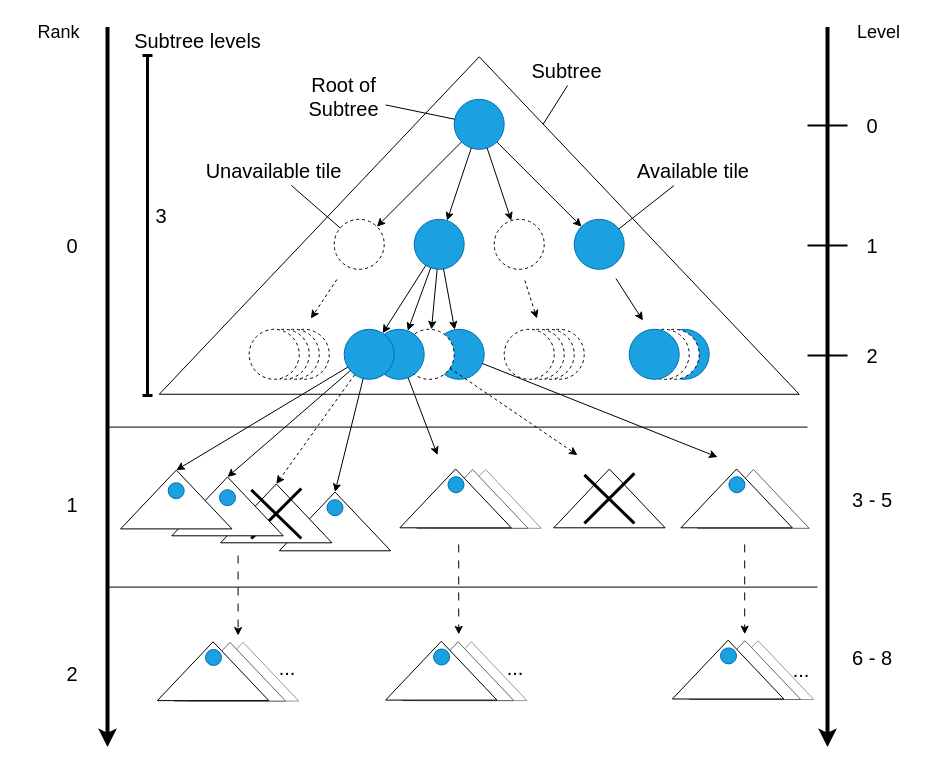
Earlier version of the draw.io diagram tb_fr_latex/assets/figures/Subtree_hierarchy.drawio (IEscher/incubator-baremaps-TB-ian). Source tidied: cells renumbered, new cells numbered last; positions are measured from the earlier drawing's top-left corner, leaving out a move shared by most shapes. Both pictures are drawn from the tidied source at 100%, with x=0, y=0 at pixel (17, -95).
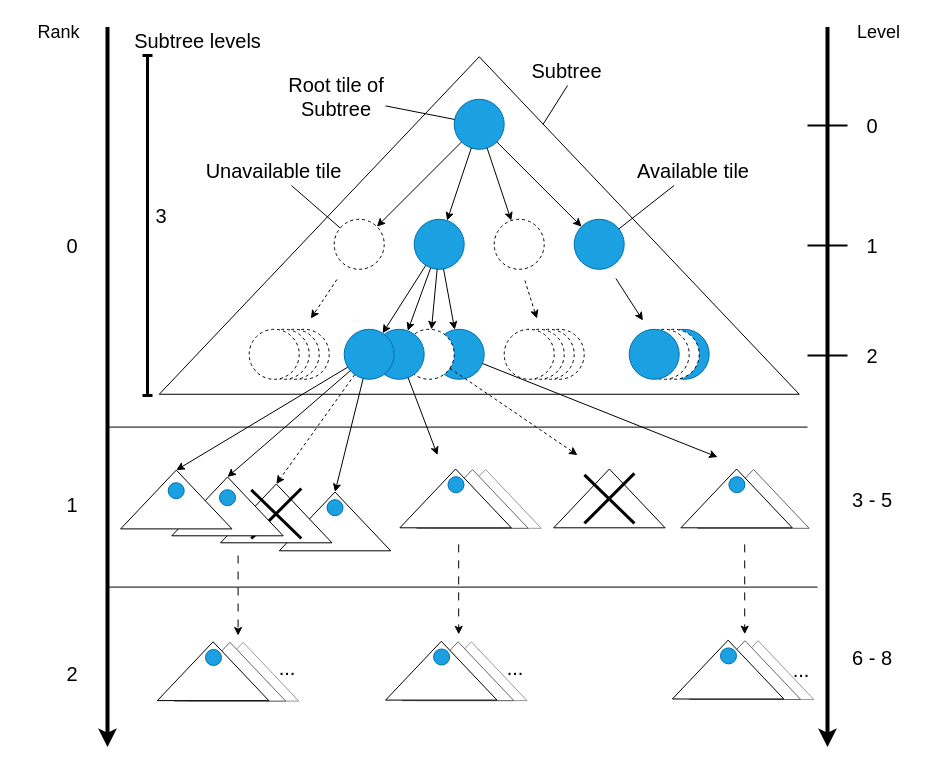
After the change.

What changed in the source:
```diff
@@
-    <mxCell id="107" value="&lt;font style=&quot;font-size: 20px;&quot;&gt;Root of Subtree&lt;/font&gt;" style="text;html=1;align=center;verticalAlign=middle;whiteSpace=wrap;rounded=0;" parent="1" vertex="1">
-      <mxGeometry x="285" y="170" width="83.1" height="41.6" as="geometry" />
+    <mxCell id="107" value="&lt;font style=&quot;font-size: 20px;&quot;&gt;Root tile of Subtree&lt;/font&gt;" style="text;html=1;align=center;verticalAlign=middle;whiteSpace=wrap;rounded=0;" parent="1" vertex="1">
+      <mxGeometry x="270" y="170" width="98.1" height="41.6" as="geometry" />
     </mxCell>
```
